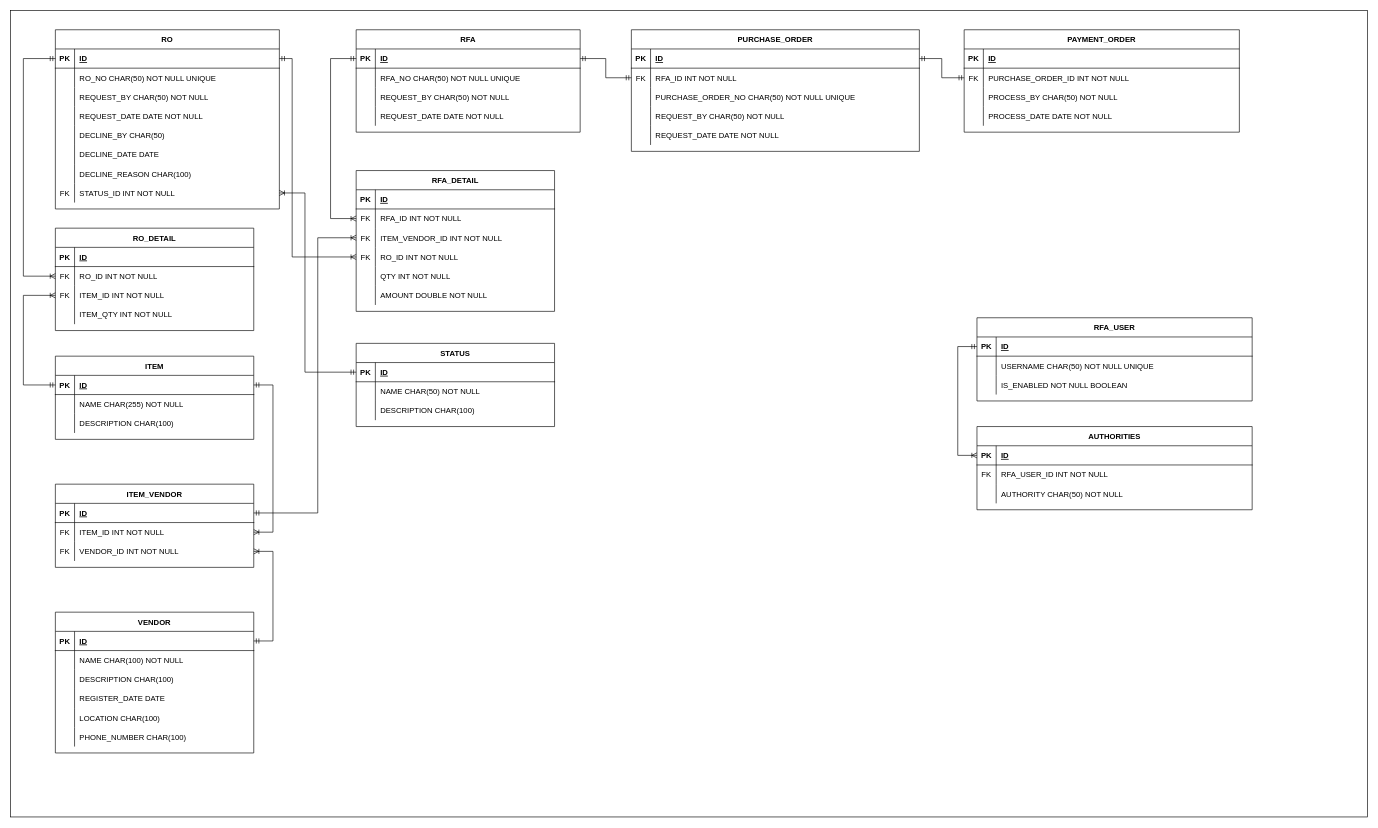
Above: Glovis-DB-Design.drawio in johanjah/rfa-db-design (draw.io), before the change. Source tidied: cells renumbered, new cells numbered last; positions are measured from the earlier drawing's top-left corner, leaving out a move shared by most shapes. Both pictures are drawn from the tidied source at 64%, with x=0, y=0 at pixel (10, 10).
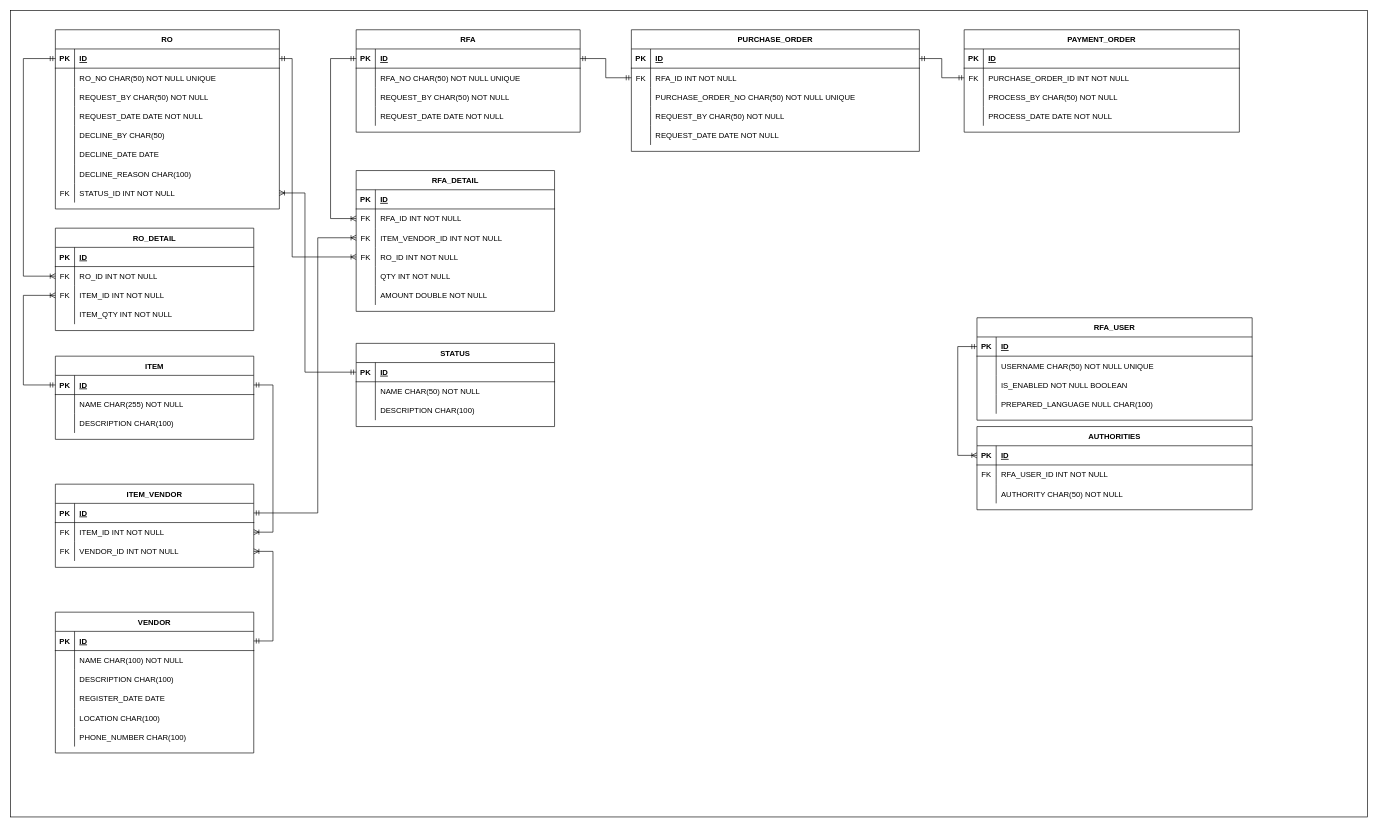
Above is the later version.

What changed in the source:
```diff
@@
     <mxCell id="161" value="RFA_USER" style="shape=table;startSize=30;childLayout=tableLayout;rowLines=0;fontStyle=1;align=center;" parent="1" vertex="1">
-      <mxGeometry x="1510" y="480" width="430" height="130" as="geometry" />
+      <mxGeometry x="1510" y="480" width="430" height="160" as="geometry" />
     </mxCell>
@@
+    <mxCell id="182" style="shape=tableRow;horizontal=0;startSize=0;swimlaneHead=0;swimlaneBody=0;fillColor=none;top=0;left=0;right=0;bottom=0;" parent="161" vertex="1">
+      <mxGeometry y="120" width="430" height="30" as="geometry" />
+    </mxCell>
+    <mxCell id="183" style="shape=partialRectangle;fillColor=none;top=0;left=0;bottom=0;right=0;overflow=hidden;" parent="182" vertex="1">
+      <mxGeometry width="30" height="30" as="geometry" />
+    </mxCell>
+    <mxCell id="184" value="PREPARED_LANGUAGE NULL CHAR(100)" style="shape=partialRectangle;fillColor=none;top=0;left=0;bottom=0;right=0;align=left;spacingLeft=6;overflow=hidden;" parent="182" vertex="1">
+      <mxGeometry x="30" width="400" height="30" as="geometry" />
+    </mxCell>
```
